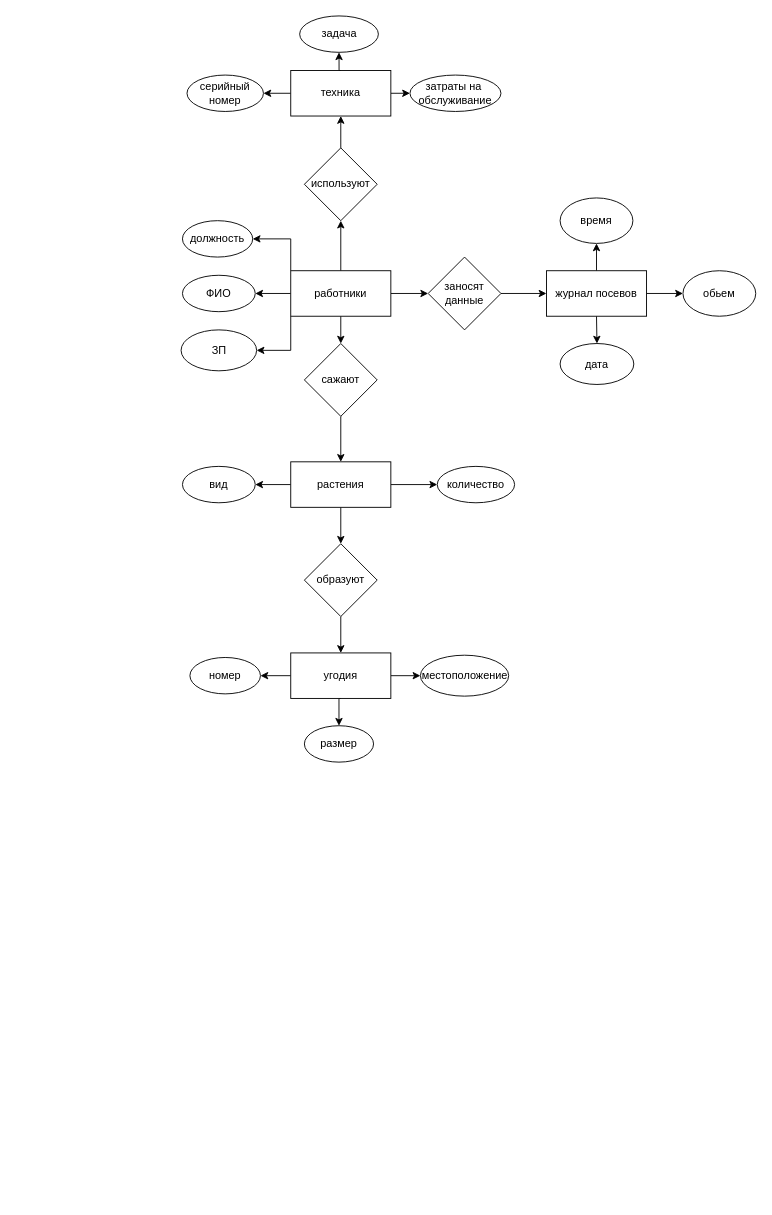
kreker3113/KASD keeps this draw.io diagram as Диаграмма без названия.drawio. Above is the earlier version. Source tidied: cells renumbered, new cells numbered last; positions are measured from the earlier drawing's top-left corner, leaving out a move shared by most shapes. Both pictures are drawn from the tidied source at 91%, with x=0, y=0 at pixel (180, 15).
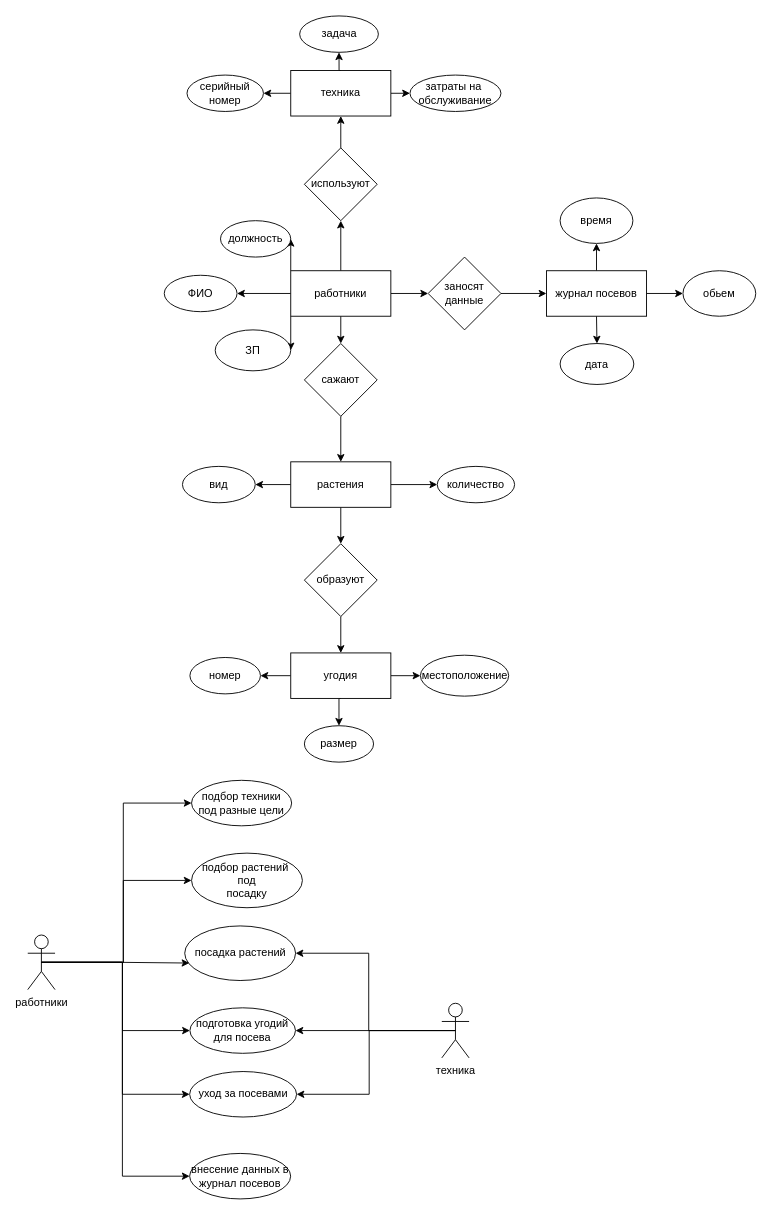
The same page after the edit.

Commit message:
UML_agriculture

Change to the diagram source:
```diff
@@
     <mxCell id="27" value="ФИО" style="ellipse;whiteSpace=wrap;html=1;" parent="1" vertex="1">
-      <mxGeometry x="2" y="285" width="80" height="40" as="geometry" />
+      <mxGeometry x="-18" y="285" width="80" height="40" as="geometry" />
     </mxCell>
@@
     <mxCell id="33" value="должность" style="ellipse;whiteSpace=wrap;html=1;" parent="1" vertex="1">
-      <mxGeometry x="2" y="225" width="77.2" height="40" as="geometry" />
+      <mxGeometry x="43.8" y="225" width="77.2" height="40" as="geometry" />
     </mxCell>
@@
     <mxCell id="39" value="ЗП" style="ellipse;whiteSpace=wrap;html=1;" parent="1" vertex="1">
-      <mxGeometry x="0.5" y="345" width="83" height="45" as="geometry" />
+      <mxGeometry x="38" y="345" width="83" height="45" as="geometry" />
     </mxCell>
@@
+    <mxCell id="47" style="edgeStyle=orthogonalEdgeStyle;rounded=0;jettySize=auto;html=1;exitX=0.5;exitY=0.5;exitDx=0;exitDy=0;exitPerimeter=0;entryX=0;entryY=0.5;entryDx=0;entryDy=0;" parent="1" edge="1" source="52" target="61">
+      <mxGeometry relative="1" as="geometry">
+        <Array as="points">
+          <mxPoint x="-63" y="1040" />
+          <mxPoint x="-63" y="865" />
+        </Array>
+      </mxGeometry>
+    </mxCell>
+    <mxCell id="48" style="edgeStyle=orthogonalEdgeStyle;rounded=0;jettySize=auto;html=1;exitX=0.5;exitY=0.5;exitDx=0;exitDy=0;exitPerimeter=0;entryX=0;entryY=0.5;entryDx=0;entryDy=0;" parent="1" edge="1" source="52" target="55">
+      <mxGeometry relative="1" as="geometry" />
+    </mxCell>
+    <mxCell id="49" style="edgeStyle=orthogonalEdgeStyle;rounded=0;jettySize=auto;html=1;exitX=0.5;exitY=0.5;exitDx=0;exitDy=0;exitPerimeter=0;entryX=0;entryY=0.5;entryDx=0;entryDy=0;" parent="1" edge="1" source="52" target="56">
+      <mxGeometry relative="1" as="geometry" />
+    </mxCell>
+    <mxCell id="50" style="edgeStyle=orthogonalEdgeStyle;rounded=0;jettySize=auto;html=1;exitX=0.5;exitY=0.5;exitDx=0;exitDy=0;exitPerimeter=0;entryX=0;entryY=0.5;entryDx=0;entryDy=0;" parent="1" edge="1" source="52" target="53">
+      <mxGeometry relative="1" as="geometry" />
+    </mxCell>
+    <mxCell id="51" style="edgeStyle=orthogonalEdgeStyle;rounded=0;jettySize=auto;html=1;exitX=0.5;exitY=0.5;exitDx=0;exitDy=0;exitPerimeter=0;entryX=0;entryY=0.5;entryDx=0;entryDy=0;" parent="1" edge="1" source="52" target="63">
+      <mxGeometry relative="1" as="geometry" />
+    </mxCell>
+    <mxCell id="52" value="работники" style="shape=umlActor;verticalLabelPosition=bottom;verticalAlign=top;html=1;outlineConnect=0;" parent="1" vertex="1">
+      <mxGeometry x="-168" y="1010" width="30" height="60" as="geometry" />
+    </mxCell>
+    <mxCell id="53" value="подбор растений&amp;nbsp;&lt;div&gt;под&lt;/div&gt;&lt;div&gt;посадку&lt;/div&gt;" style="ellipse;whiteSpace=wrap;html=1;" parent="1" vertex="1">
+      <mxGeometry x="12" y="920" width="121.8" height="60" as="geometry" />
+    </mxCell>
+    <mxCell id="54" value="посадка растений" style="ellipse;whiteSpace=wrap;html=1;" parent="1" vertex="1">
+      <mxGeometry x="4.5" y="1000" width="121.8" height="60" as="geometry" />
+    </mxCell>
+    <mxCell id="55" value="подготовка угодий для посева" style="ellipse;whiteSpace=wrap;html=1;" parent="1" vertex="1">
+      <mxGeometry x="10.2" y="1090" width="116" height="50" as="geometry" />
+    </mxCell>
+    <mxCell id="56" value="внесение данных в журнал посевов" style="ellipse;whiteSpace=wrap;html=1;" parent="1" vertex="1">
+      <mxGeometry x="9.9" y="1250" width="111" height="50" as="geometry" />
+    </mxCell>
+    <mxCell id="57" style="edgeStyle=orthogonalEdgeStyle;rounded=0;jettySize=auto;html=1;exitX=0.5;exitY=0.5;exitDx=0;exitDy=0;exitPerimeter=0;entryX=1;entryY=0.5;entryDx=0;entryDy=0;" parent="1" edge="1" source="60" target="55">
+      <mxGeometry relative="1" as="geometry" />
+    </mxCell>
+    <mxCell id="58" style="edgeStyle=orthogonalEdgeStyle;rounded=0;jettySize=auto;html=1;exitX=0.5;exitY=0.5;exitDx=0;exitDy=0;exitPerimeter=0;entryX=1;entryY=0.5;entryDx=0;entryDy=0;" parent="1" edge="1" source="60" target="54">
+      <mxGeometry relative="1" as="geometry" />
+    </mxCell>
+    <mxCell id="59" style="edgeStyle=orthogonalEdgeStyle;rounded=0;jettySize=auto;html=1;exitX=0.5;exitY=0.5;exitDx=0;exitDy=0;exitPerimeter=0;entryX=1;entryY=0.5;entryDx=0;entryDy=0;" parent="1" edge="1" source="60" target="63">
+      <mxGeometry relative="1" as="geometry" />
+    </mxCell>
+    <mxCell id="60" value="техника" style="shape=umlActor;verticalLabelPosition=bottom;verticalAlign=top;html=1;outlineConnect=0;" parent="1" vertex="1">
+      <mxGeometry x="287" y="1085" width="30" height="60" as="geometry" />
+    </mxCell>
+    <mxCell id="61" value="подбор техники под разные цели" style="ellipse;whiteSpace=wrap;html=1;" parent="1" vertex="1">
+      <mxGeometry x="12" y="840" width="110" height="50" as="geometry" />
+    </mxCell>
+    <mxCell id="62" style="edgeStyle=orthogonalEdgeStyle;rounded=0;jettySize=auto;html=1;exitX=0.5;exitY=0.5;exitDx=0;exitDy=0;exitPerimeter=0;entryX=0.042;entryY=0.68;entryDx=0;entryDy=0;entryPerimeter=0;" parent="1" edge="1" source="52" target="54">
+      <mxGeometry relative="1" as="geometry" />
+    </mxCell>
+    <mxCell id="63" value="уход за посевами" style="ellipse;whiteSpace=wrap;html=1;" parent="1" vertex="1">
+      <mxGeometry x="9.9" y="1160" width="117.5" height="50" as="geometry" />
+    </mxCell>
```
